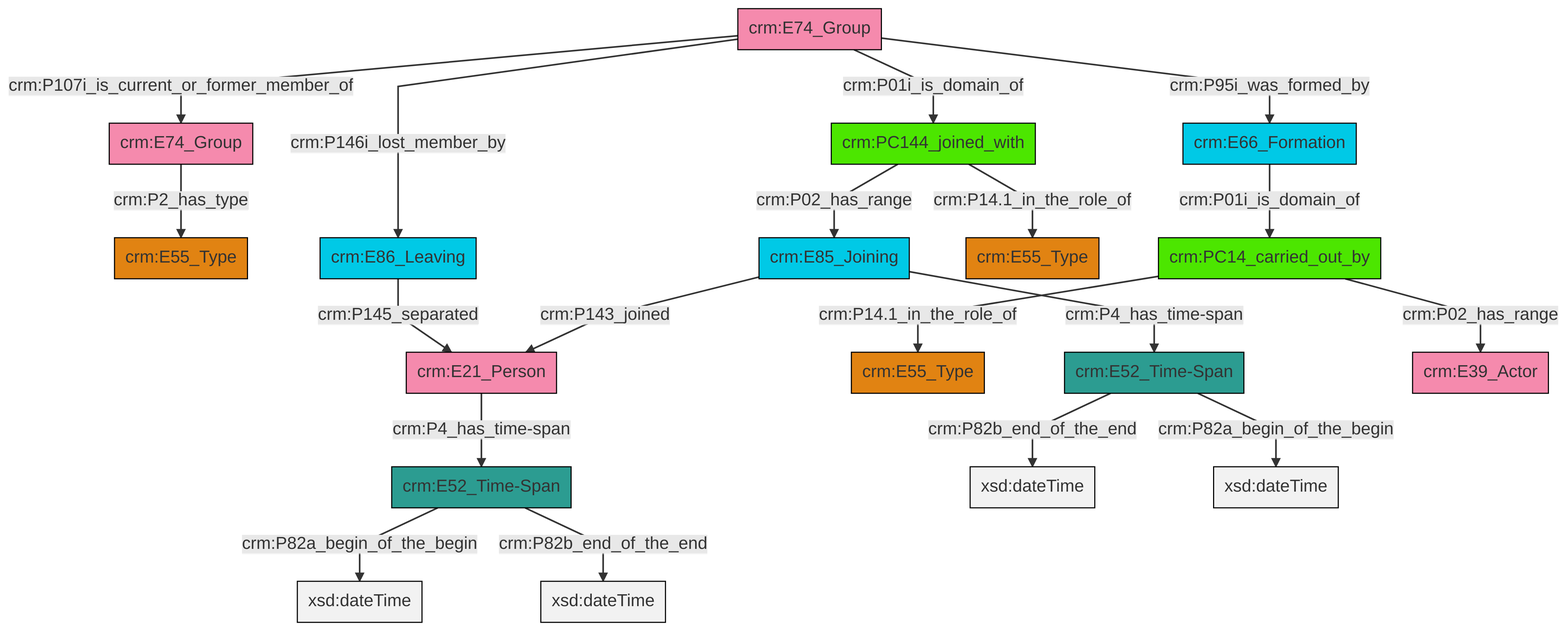
This is et/groupCSV/ttl/mmd/png/group_actor_relations.png from swiss-art-research-net/docs.swissartresearch, a Mermaid export, as it was before one commit. Its source is kept beside it as et/groupCSV/ttl/mmd/group_actor_relations.ttl.mmd.
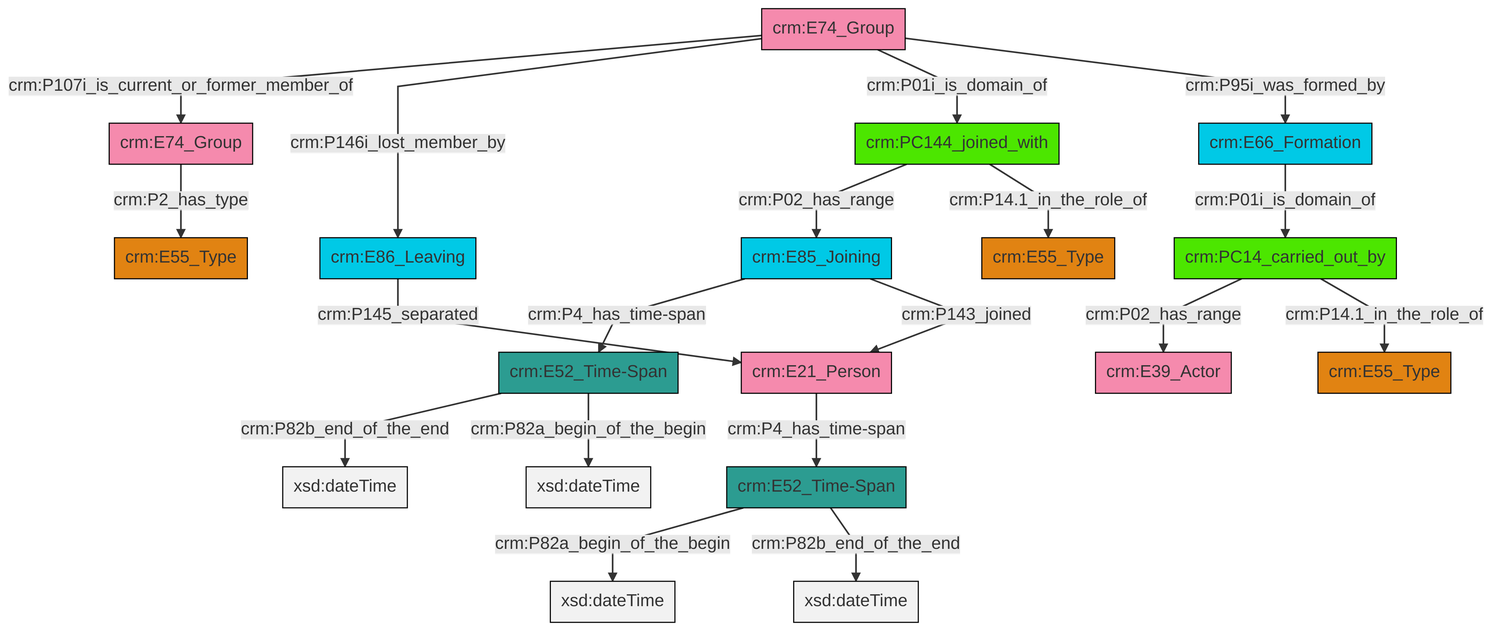
The same file after the commit.

What changed in the source:
```diff
@@ -13,21 +13,21 @@
 classDef PC_Classes fill:#4ce600, stroke:#000000;
 classDef Multi fill:#cccccc,stroke:#000000;
 
-0["crm:E74_Group"]:::Actor -->|crm:P2_has_type| 1["crm:E55_Type"]:::Type
-2["crm:E21_Person"]:::Actor -->|crm:P4_has_time-span| 3["crm:E52_Time-Span"]:::Time-Span
-6["crm:E52_Time-Span"]:::Time-Span -->|crm:P82b_end_of_the_end| 7[xsd:dateTime]:::Literal
-13["crm:E85_Joining"]:::Temporal_Entity -->|crm:P4_has_time-span| 6["crm:E52_Time-Span"]:::Time-Span
-14["crm:PC144_joined_with"]:::PC_Classes -->|crm:P14.1_in_the_role_of| 15["crm:E55_Type"]:::Type
-13["crm:E85_Joining"]:::Temporal_Entity -->|crm:P143_joined| 2["crm:E21_Person"]:::Actor
-17["crm:PC14_carried_out_by"]:::PC_Classes -->|crm:P02_has_range| 9["crm:E39_Actor"]:::Actor
-3["crm:E52_Time-Span"]:::Time-Span -->|crm:P82a_begin_of_the_begin| 18[xsd:dateTime]:::Literal
-19["crm:E74_Group"]:::Actor -->|crm:P146i_lost_member_by| 11["crm:E86_Leaving"]:::Temporal_Entity
-3["crm:E52_Time-Span"]:::Time-Span -->|crm:P82b_end_of_the_end| 20[xsd:dateTime]:::Literal
-11["crm:E86_Leaving"]:::Temporal_Entity -->|crm:P145_separated| 2["crm:E21_Person"]:::Actor
-22["crm:E66_Formation"]:::Temporal_Entity -->|crm:P01i_is_domain_of| 17["crm:PC14_carried_out_by"]:::PC_Classes
-19["crm:E74_Group"]:::Actor -->|crm:P95i_was_formed_by| 22["crm:E66_Formation"]:::Temporal_Entity
-14["crm:PC144_joined_with"]:::PC_Classes -->|crm:P02_has_range| 13["crm:E85_Joining"]:::Temporal_Entity
-17["crm:PC14_carried_out_by"]:::PC_Classes -->|crm:P14.1_in_the_role_of| 4["crm:E55_Type"]:::Type
-6["crm:E52_Time-Span"]:::Time-Span -->|crm:P82a_begin_of_the_begin| 30[xsd:dateTime]:::Literal
-19["crm:E74_Group"]:::Actor -->|crm:P01i_is_domain_of| 14["crm:PC144_joined_with"]:::PC_Classes
-19["crm:E74_Group"]:::Actor -->|crm:P107i_is_current_or_former_member_of| 0["crm:E74_Group"]:::Actor
+0["crm:E52_Time-Span"]:::Time-Span -->|crm:P82b_end_of_the_end| 1[xsd:dateTime]:::Literal
+4["crm:E74_Group"]:::Actor -->|crm:P107i_is_current_or_former_member_of| 5["crm:E74_Group"]:::Actor
+6["crm:E85_Joining"]:::Temporal_Entity -->|crm:P4_has_time-span| 0["crm:E52_Time-Span"]:::Time-Span
+11["crm:PC14_carried_out_by"]:::PC_Classes -->|crm:P02_has_range| 12["crm:E39_Actor"]:::Actor
+6["crm:E85_Joining"]:::Temporal_Entity -->|crm:P143_joined| 17["crm:E21_Person"]:::Actor
+4["crm:E74_Group"]:::Actor -->|crm:P146i_lost_member_by| 15["crm:E86_Leaving"]:::Temporal_Entity
+13["crm:E66_Formation"]:::Temporal_Entity -->|crm:P01i_is_domain_of| 11["crm:PC14_carried_out_by"]:::PC_Classes
+17["crm:E21_Person"]:::Actor -->|crm:P4_has_time-span| 21["crm:E52_Time-Span"]:::Time-Span
+5["crm:E74_Group"]:::Actor -->|crm:P2_has_type| 9["crm:E55_Type"]:::Type
+0["crm:E52_Time-Span"]:::Time-Span -->|crm:P82a_begin_of_the_begin| 23[xsd:dateTime]:::Literal
+11["crm:PC14_carried_out_by"]:::PC_Classes -->|crm:P14.1_in_the_role_of| 2["crm:E55_Type"]:::Type
+15["crm:E86_Leaving"]:::Temporal_Entity -->|crm:P145_separated| 17["crm:E21_Person"]:::Actor
+21["crm:E52_Time-Span"]:::Time-Span -->|crm:P82a_begin_of_the_begin| 25[xsd:dateTime]:::Literal
+4["crm:E74_Group"]:::Actor -->|crm:P01i_is_domain_of| 29["crm:PC144_joined_with"]:::PC_Classes
+4["crm:E74_Group"]:::Actor -->|crm:P95i_was_formed_by| 13["crm:E66_Formation"]:::Temporal_Entity
+21["crm:E52_Time-Span"]:::Time-Span -->|crm:P82b_end_of_the_end| 31[xsd:dateTime]:::Literal
+29["crm:PC144_joined_with"]:::PC_Classes -->|crm:P02_has_range| 6["crm:E85_Joining"]:::Temporal_Entity
+29["crm:PC144_joined_with"]:::PC_Classes -->|crm:P14.1_in_the_role_of| 7["crm:E55_Type"]:::Type
```
